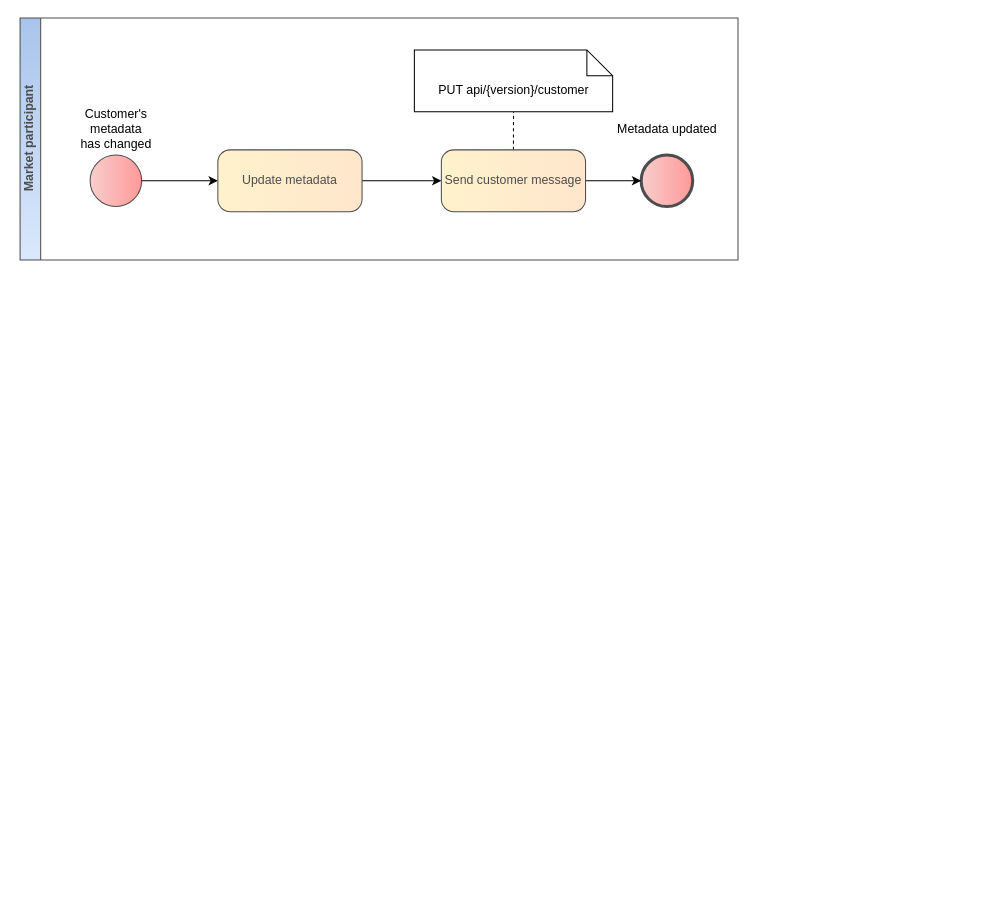
Above: page "Update metadata of customer" (4 of 4) of diagrams/customer-management/customer-management.drawio in Elering/estfeed-datahub-docs (draw.io), before the change. Source tidied: cells renumbered, new cells numbered last; positions are measured from the earlier drawing's top-left corner, leaving out a move shared by most shapes. Both pictures are drawn from the tidied source at 103%, with x=0, y=0 at pixel (20, -14).
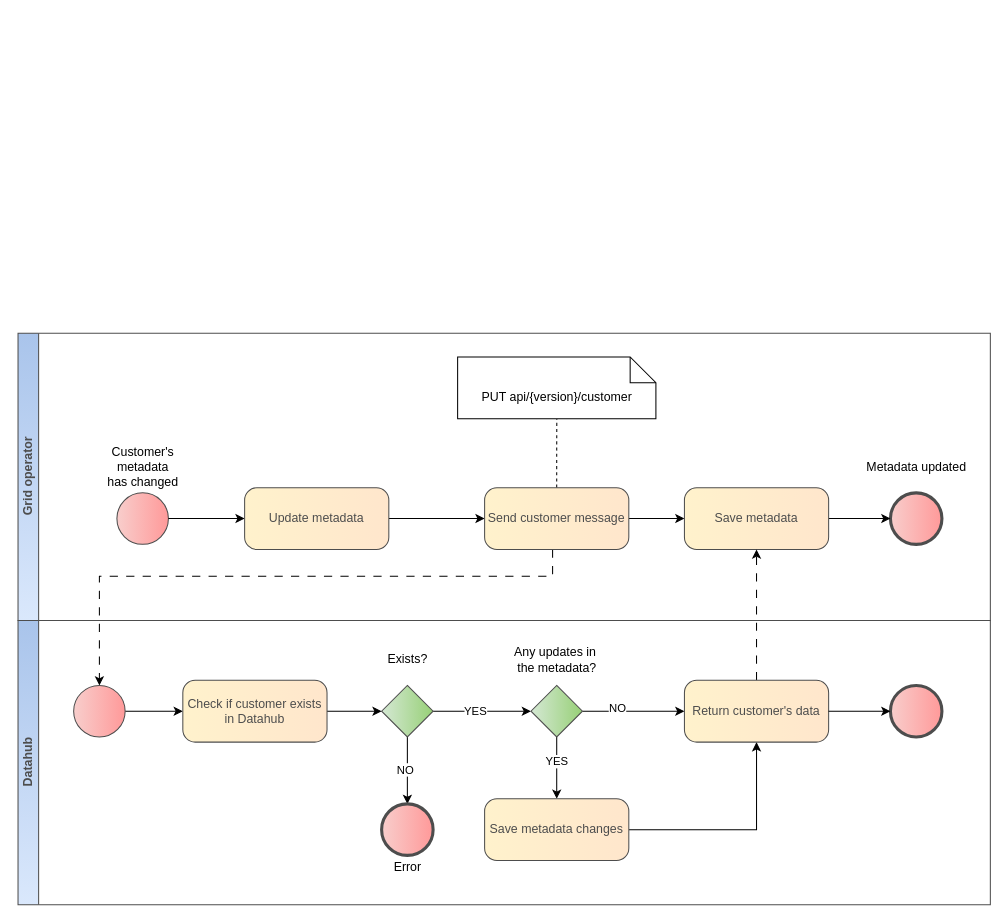
Above is the later version.

Change to the diagram source:
```diff
@@
-    <mxCell id="2" value="Customer's&lt;br&gt;metadata&lt;br&gt;has changed" style="points=[[0.145,0.145,0],[0.5,0,0],[0.855,0.145,0],[1,0.5,0],[0.855,0.855,0],[0.5,1,0],[0.145,0.855,0],[0,0.5,0]];shape=mxgraph.bpmn.event;html=1;verticalLabelPosition=top;verticalAlign=middle;align=center;perimeter=ellipsePerimeter;outlineConnect=0;outline=standard;symbol=general;fillColor=#f8cecc;strokeColor=#4D4D4D;rounded=1;shadow=0;strokeWidth=1;gradientColor=#FF9999;gradientDirection=east;spacingBottom=0;labelPosition=center;" parent="1" vertex="1">
-      <mxGeometry x="68" y="164" width="50" height="50" as="geometry" />
-    </mxCell>
-    <mxCell id="3" value="Metadata updated" style="points=[[0.145,0.145,0],[0.5,0,0],[0.855,0.145,0],[1,0.5,0],[0.855,0.855,0],[0.5,1,0],[0.145,0.855,0],[0,0.5,0]];shape=mxgraph.bpmn.event;html=1;verticalLabelPosition=top;labelBackgroundColor=#ffffff;verticalAlign=middle;align=center;perimeter=ellipsePerimeter;outlineConnect=0;outline=end;symbol=terminate2;fontFamily=Helvetica;fontSize=12;fontColor=#000000;fillColor=#f8cecc;strokeColor=#4D4D4D;rounded=1;shadow=0;strokeWidth=1;gradientColor=#FF9999;gradientDirection=east;spacing=0;spacingTop=0;spacingLeft=0;spacingBottom=0;labelPosition=center;" parent="1" vertex="1">
-      <mxGeometry x="603" y="164" width="50" height="50" as="geometry" />
-    </mxCell>
-    <mxCell id="4" style="edgeStyle=orthogonalEdgeStyle;rounded=0;jettySize=auto;html=1;" parent="1" edge="1" source="2" target="15">
-      <mxGeometry relative="1" as="geometry" />
-    </mxCell>
@@
-    <mxCell id="9" style="edgeStyle=orthogonalEdgeStyle;rounded=0;jettySize=auto;html=1;" parent="1" edge="1" source="11" target="3">
-      <mxGeometry relative="1" as="geometry" />
-    </mxCell>
-    <mxCell id="10" style="edgeStyle=orthogonalEdgeStyle;rounded=0;jettySize=auto;html=1;endArrow=none;dashed=1;endFill=0;" parent="1" edge="1" source="11" target="13">
-      <mxGeometry relative="1" as="geometry" />
-    </mxCell>
-    <mxCell id="11" value="Send customer message" style="rounded=1;whiteSpace=wrap;html=1;arcSize=20;fillColor=#fff2cc;strokeColor=#4D4D4D;shadow=0;fontColor=#4D4D4D;gradientColor=#FFE6CC;gradientDirection=east;glass=0;backgroundOutline=0;enumerate=0;labelBackgroundColor=none;labelBorderColor=none;strokeWidth=1;" parent="1" vertex="1">
-      <mxGeometry x="409" y="159" width="140" height="60" as="geometry" />
-    </mxCell>
-    <mxCell id="12" value="Market participant" style="swimlane;html=1;horizontal=0;startSize=20;strokeColor=#4D4D4D;fillColor=#dae8fc;fontColor=#4D4D4D;gradientColor=#A9C4EB;gradientDirection=north;rotation=0;" parent="1" vertex="1">
-      <mxGeometry y="31" width="697" height="235" as="geometry" />
-    </mxCell>
-    <mxCell id="13" value="PUT api/{version}/customer" style="shape=note2;boundedLbl=1;whiteSpace=wrap;html=1;size=25;verticalAlign=top;align=center;" parent="1" vertex="1">
-      <mxGeometry x="382.8" y="62" width="192.5" height="60" as="geometry" />
-    </mxCell>
+    <mxCell id="2" value="Customer's&lt;br style=&quot;border-color: var(--border-color);&quot;&gt;metadata&lt;br style=&quot;border-color: var(--border-color);&quot;&gt;has changed" style="points=[[0.145,0.145,0],[0.5,0,0],[0.855,0.145,0],[1,0.5,0],[0.855,0.855,0],[0.5,1,0],[0.145,0.855,0],[0,0.5,0]];shape=mxgraph.bpmn.event;html=1;verticalLabelPosition=top;verticalAlign=middle;align=center;perimeter=ellipsePerimeter;outlineConnect=0;outline=standard;symbol=general;fillColor=#f8cecc;strokeColor=#4D4D4D;rounded=1;shadow=0;strokeWidth=1;gradientColor=#FF9999;gradientDirection=east;spacingBottom=0;labelPosition=center;" parent="1" vertex="1">
+      <mxGeometry x="94" y="492" width="50" height="50" as="geometry" />
+    </mxCell>
+    <mxCell id="4" style="edgeStyle=orthogonalEdgeStyle;rounded=0;jettySize=auto;html=1;" parent="1" edge="1" source="2" target="15">
+      <mxGeometry relative="1" as="geometry" />
+    </mxCell>
-    <mxCell id="14" style="edgeStyle=orthogonalEdgeStyle;rounded=0;jettySize=auto;html=1;" parent="1" edge="1" source="15" target="11">
+    <mxCell id="14" style="edgeStyle=orthogonalEdgeStyle;rounded=0;jettySize=auto;html=1;entryX=0;entryY=0.5;entryDx=0;entryDy=0;" parent="1" edge="1" source="15" target="11">
       <mxGeometry relative="1" as="geometry" />
     </mxCell>
     <mxCell id="15" value="Update metadata" style="rounded=1;whiteSpace=wrap;html=1;arcSize=20;fillColor=#fff2cc;strokeColor=#4D4D4D;shadow=0;fontColor=#4D4D4D;gradientColor=#FFE6CC;gradientDirection=east;glass=0;backgroundOutline=0;enumerate=0;labelBackgroundColor=none;labelBorderColor=none;strokeWidth=1;" parent="1" vertex="1">
-      <mxGeometry x="192" y="159" width="140" height="60" as="geometry" />
+      <mxGeometry x="218" y="487" width="140" height="60" as="geometry" />
     </mxCell>
+    <mxCell id="3" value="Metadata updated" style="points=[[0.145,0.145,0],[0.5,0,0],[0.855,0.145,0],[1,0.5,0],[0.855,0.855,0],[0.5,1,0],[0.145,0.855,0],[0,0.5,0]];shape=mxgraph.bpmn.event;html=1;verticalLabelPosition=top;labelBackgroundColor=#ffffff;verticalAlign=middle;align=center;perimeter=ellipsePerimeter;outlineConnect=0;outline=end;symbol=terminate2;fontFamily=Helvetica;fontSize=12;fontColor=#000000;fillColor=#f8cecc;strokeColor=#4D4D4D;rounded=1;shadow=0;strokeWidth=1;gradientColor=#FF9999;gradientDirection=east;spacing=0;spacingTop=0;spacingLeft=0;spacingBottom=0;labelPosition=center;" parent="1" vertex="1">
+      <mxGeometry x="845" y="492" width="50" height="50" as="geometry" />
+    </mxCell>
+    <mxCell id="16" style="edgeStyle=orthogonalEdgeStyle;rounded=0;jettySize=auto;html=1;" parent="1" edge="1" source="11" target="19">
+      <mxGeometry relative="1" as="geometry" />
+    </mxCell>
+    <mxCell id="10" style="edgeStyle=orthogonalEdgeStyle;rounded=0;jettySize=auto;html=1;endArrow=none;dashed=1;endFill=0;" parent="1" edge="1" source="11" target="13">
+      <mxGeometry relative="1" as="geometry" />
+    </mxCell>
+    <mxCell id="17" style="edgeStyle=orthogonalEdgeStyle;rounded=0;jettySize=auto;html=1;entryX=0.5;entryY=0;entryDx=0;entryDy=0;dashed=1;dashPattern=8 8;entryPerimeter=0;" parent="1" edge="1" source="11" target="24">
+      <mxGeometry relative="1" as="geometry">
+        <Array as="points">
+          <mxPoint x="517" y="573" />
+          <mxPoint x="77" y="573" />
+        </Array>
+      </mxGeometry>
+    </mxCell>
+    <mxCell id="11" value="Send customer message" style="rounded=1;whiteSpace=wrap;html=1;arcSize=20;fillColor=#fff2cc;strokeColor=#4D4D4D;shadow=0;fontColor=#4D4D4D;gradientColor=#FFE6CC;gradientDirection=east;glass=0;backgroundOutline=0;enumerate=0;labelBackgroundColor=none;labelBorderColor=none;strokeWidth=1;" parent="1" vertex="1">
+      <mxGeometry x="451" y="487" width="140" height="60" as="geometry" />
+    </mxCell>
+    <mxCell id="18" style="edgeStyle=orthogonalEdgeStyle;rounded=0;jettySize=auto;html=1;" parent="1" edge="1" source="19" target="3">
+      <mxGeometry relative="1" as="geometry" />
+    </mxCell>
+    <mxCell id="19" value="Save metadata" style="rounded=1;whiteSpace=wrap;html=1;arcSize=20;fillColor=#fff2cc;strokeColor=#4D4D4D;shadow=0;fontColor=#4D4D4D;gradientColor=#FFE6CC;gradientDirection=east;glass=0;backgroundOutline=0;enumerate=0;labelBackgroundColor=none;labelBorderColor=none;strokeWidth=1;" parent="1" vertex="1">
+      <mxGeometry x="645" y="487" width="140" height="60" as="geometry" />
+    </mxCell>
+    <mxCell id="20" value="Grid operator" style="swimlane;html=1;horizontal=0;startSize=20;strokeColor=#4D4D4D;fillColor=#dae8fc;fontColor=#4D4D4D;gradientColor=#A9C4EB;gradientDirection=north;rotation=0;" parent="1" vertex="1">
+      <mxGeometry x="-2" y="337" width="944" height="279" as="geometry" />
+    </mxCell>
+    <mxCell id="13" value="PUT api/{version}/customer" style="shape=note2;boundedLbl=1;whiteSpace=wrap;html=1;size=25;verticalAlign=top;align=center;" parent="1" vertex="1">
+      <mxGeometry x="424.8" y="360" width="192.5" height="60" as="geometry" />
+    </mxCell>
+    <mxCell id="21" value="Datahub" style="swimlane;html=1;horizontal=0;startSize=20;strokeColor=#4D4D4D;fillColor=#dae8fc;fontColor=#4D4D4D;gradientColor=#A9C4EB;gradientDirection=north;rotation=0;" parent="1" vertex="1">
+      <mxGeometry x="-2" y="616" width="944" height="276" as="geometry" />
+    </mxCell>
+    <mxCell id="22" style="edgeStyle=orthogonalEdgeStyle;rounded=0;jettySize=auto;html=1;entryX=0.5;entryY=1;entryDx=0;entryDy=0;dashed=1;dashPattern=8 8;exitX=0.5;exitY=0;exitDx=0;exitDy=0;" parent="1" edge="1" source="39" target="19">
+      <mxGeometry relative="1" as="geometry" />
+    </mxCell>
+    <mxCell id="23" style="edgeStyle=orthogonalEdgeStyle;rounded=0;jettySize=auto;html=1;entryX=0;entryY=0.5;entryDx=0;entryDy=0;" parent="1" edge="1" source="24" target="31">
+      <mxGeometry relative="1" as="geometry" />
+    </mxCell>
+    <mxCell id="24" style="points=[[0.145,0.145,0],[0.5,0,0],[0.855,0.145,0],[1,0.5,0],[0.855,0.855,0],[0.5,1,0],[0.145,0.855,0],[0,0.5,0]];shape=mxgraph.bpmn.event;html=1;verticalLabelPosition=bottom;labelBackgroundColor=#ffffff;verticalAlign=bottom;align=center;perimeter=ellipsePerimeter;outlineConnect=0;outline=standard;symbol=general;fontFamily=Helvetica;fontSize=12;fontColor=#4D4D4D;fillColor=#f8cecc;strokeColor=#4D4D4D;rounded=1;shadow=0;strokeWidth=1;gradientColor=#FF9999;gradientDirection=east;" parent="1" vertex="1">
+      <mxGeometry x="52" y="679" width="50" height="50" as="geometry" />
+    </mxCell>
+    <mxCell id="25" style="edgeStyle=orthogonalEdgeStyle;rounded=0;jettySize=auto;html=1;entryX=0.5;entryY=0;entryDx=0;entryDy=0;entryPerimeter=0;" parent="1" edge="1" source="29" target="42">
+      <mxGeometry relative="1" as="geometry" />
+    </mxCell>
+    <mxCell id="26" value="NO" style="edgeLabel;html=1;align=center;verticalAlign=middle;" parent="25" vertex="1">
+      <mxGeometry x="-0.04" y="-3" relative="1" as="geometry" />
+    </mxCell>
+    <mxCell id="27" style="edgeStyle=orthogonalEdgeStyle;rounded=0;jettySize=auto;html=1;" parent="1" edge="1" source="29" target="36">
+      <mxGeometry relative="1" as="geometry" />
+    </mxCell>
+    <mxCell id="28" value="YES" style="edgeLabel;html=1;align=center;verticalAlign=middle;" parent="27" vertex="1">
+      <mxGeometry x="-0.16" y="1" relative="1" as="geometry" />
+    </mxCell>
+    <mxCell id="29" value="Exists?" style="points=[[0.25,0.25,0],[0.5,0,0],[0.75,0.25,0],[1,0.5,0],[0.75,0.75,0],[0.5,1,0],[0.25,0.75,0],[0,0.5,0]];shape=mxgraph.bpmn.gateway2;html=1;verticalLabelPosition=top;labelBackgroundColor=#ffffff;verticalAlign=middle;align=center;perimeter=rhombusPerimeter;outlineConnect=0;outline=none;symbol=none;fontFamily=Helvetica;fontSize=12;fontColor=#000000;fillColor=#D5E8D4;strokeColor=#4D4D4D;rounded=0;shadow=0;gradientColor=#97D077;gradientDirection=east;spacing=0;labelPosition=center;" parent="1" vertex="1">
+      <mxGeometry x="351" y="679" width="50" height="50" as="geometry" />
+    </mxCell>
+    <mxCell id="30" style="edgeStyle=orthogonalEdgeStyle;rounded=0;jettySize=auto;html=1;" parent="1" edge="1" source="31" target="29">
+      <mxGeometry relative="1" as="geometry" />
+    </mxCell>
+    <mxCell id="31" value="Check if customer exists in Datahub" style="rounded=1;whiteSpace=wrap;html=1;arcSize=20;fillColor=#fff2cc;strokeColor=#4D4D4D;shadow=0;fontColor=#4D4D4D;gradientColor=#FFE6CC;gradientDirection=east;glass=0;backgroundOutline=0;enumerate=0;labelBackgroundColor=none;labelBorderColor=none;strokeWidth=1;" parent="1" vertex="1">
+      <mxGeometry x="158" y="674" width="140" height="60" as="geometry" />
+    </mxCell>
+    <mxCell id="32" style="edgeStyle=orthogonalEdgeStyle;rounded=0;jettySize=auto;html=1;entryX=0.5;entryY=0;entryDx=0;entryDy=0;" parent="1" edge="1" source="36" target="38">
+      <mxGeometry relative="1" as="geometry" />
+    </mxCell>
+    <mxCell id="33" value="YES" style="edgeLabel;html=1;align=center;verticalAlign=middle;" parent="32" vertex="1">
+      <mxGeometry x="-0.25" y="-1" relative="1" as="geometry" />
+    </mxCell>
+    <mxCell id="34" style="edgeStyle=orthogonalEdgeStyle;rounded=0;jettySize=auto;html=1;entryX=0;entryY=0.5;entryDx=0;entryDy=0;" parent="1" edge="1" source="36" target="39">
+      <mxGeometry relative="1" as="geometry" />
+    </mxCell>
+    <mxCell id="35" value="NO" style="edgeLabel;html=1;align=center;verticalAlign=middle;" parent="34" vertex="1">
+      <mxGeometry x="-0.33" y="4" relative="1" as="geometry" />
+    </mxCell>
+    <mxCell id="36" value="Any updates in&amp;nbsp;&lt;br&gt;the metadata?" style="points=[[0.25,0.25,0],[0.5,0,0],[0.75,0.25,0],[1,0.5,0],[0.75,0.75,0],[0.5,1,0],[0.25,0.75,0],[0,0.5,0]];shape=mxgraph.bpmn.gateway2;html=1;verticalLabelPosition=top;labelBackgroundColor=#ffffff;verticalAlign=middle;align=center;perimeter=rhombusPerimeter;outlineConnect=0;outline=none;symbol=none;fontFamily=Helvetica;fontSize=12;fontColor=#000000;fillColor=#D5E8D4;strokeColor=#4D4D4D;rounded=0;shadow=0;gradientColor=#97D077;gradientDirection=east;spacing=0;labelPosition=center;" parent="1" vertex="1">
+      <mxGeometry x="496" y="679" width="50" height="50" as="geometry" />
+    </mxCell>
+    <mxCell id="37" style="edgeStyle=orthogonalEdgeStyle;rounded=0;jettySize=auto;html=1;entryX=0.5;entryY=1;entryDx=0;entryDy=0;" parent="1" edge="1" source="38" target="39">
+      <mxGeometry relative="1" as="geometry" />
+    </mxCell>
+    <mxCell id="38" value="Save metadata changes" style="rounded=1;whiteSpace=wrap;html=1;arcSize=20;fillColor=#fff2cc;strokeColor=#4D4D4D;shadow=0;fontColor=#4D4D4D;gradientColor=#FFE6CC;gradientDirection=east;glass=0;backgroundOutline=0;enumerate=0;labelBackgroundColor=none;labelBorderColor=none;strokeWidth=1;" parent="1" vertex="1">
+      <mxGeometry x="451" y="789" width="140" height="60" as="geometry" />
+    </mxCell>
+    <mxCell id="39" value="Return customer's data" style="rounded=1;whiteSpace=wrap;html=1;arcSize=20;fillColor=#fff2cc;strokeColor=#4D4D4D;shadow=0;fontColor=#4D4D4D;gradientColor=#FFE6CC;gradientDirection=east;glass=0;backgroundOutline=0;enumerate=0;labelBackgroundColor=none;labelBorderColor=none;strokeWidth=1;" parent="1" vertex="1">
+      <mxGeometry x="645" y="674" width="140" height="60" as="geometry" />
+    </mxCell>
+    <mxCell id="40" style="points=[[0.145,0.145,0],[0.5,0,0],[0.855,0.145,0],[1,0.5,0],[0.855,0.855,0],[0.5,1,0],[0.145,0.855,0],[0,0.5,0]];shape=mxgraph.bpmn.event;html=1;verticalLabelPosition=top;labelBackgroundColor=#ffffff;verticalAlign=middle;align=center;perimeter=ellipsePerimeter;outlineConnect=0;outline=end;symbol=terminate2;fontFamily=Helvetica;fontSize=12;fontColor=#000000;fillColor=#f8cecc;strokeColor=#4D4D4D;rounded=1;shadow=0;strokeWidth=1;gradientColor=#FF9999;gradientDirection=east;spacing=0;spacingTop=0;spacingLeft=0;spacingBottom=0;labelPosition=center;" parent="1" vertex="1">
+      <mxGeometry x="845" y="679" width="50" height="50" as="geometry" />
+    </mxCell>
+    <mxCell id="41" style="edgeStyle=orthogonalEdgeStyle;rounded=0;jettySize=auto;html=1;entryX=0;entryY=0.5;entryDx=0;entryDy=0;entryPerimeter=0;" parent="1" edge="1" source="39" target="40">
+      <mxGeometry relative="1" as="geometry" />
+    </mxCell>
+    <mxCell id="42" value="Error" style="points=[[0.145,0.145,0],[0.5,0,0],[0.855,0.145,0],[1,0.5,0],[0.855,0.855,0],[0.5,1,0],[0.145,0.855,0],[0,0.5,0]];shape=mxgraph.bpmn.event;html=1;verticalLabelPosition=bottom;labelBackgroundColor=#ffffff;verticalAlign=top;align=center;perimeter=ellipsePerimeter;outlineConnect=0;outline=end;symbol=terminate2;fontFamily=Helvetica;fontSize=12;fontColor=#000000;fillColor=#f8cecc;strokeColor=#4D4D4D;rounded=1;shadow=0;strokeWidth=1;gradientColor=#FF9999;gradientDirection=east;spacing=0;spacingTop=0;spacingLeft=0;spacingBottom=0;labelPosition=center;" parent="1" vertex="1">
+      <mxGeometry x="351" y="794" width="50" height="50" as="geometry" />
+    </mxCell>
```
